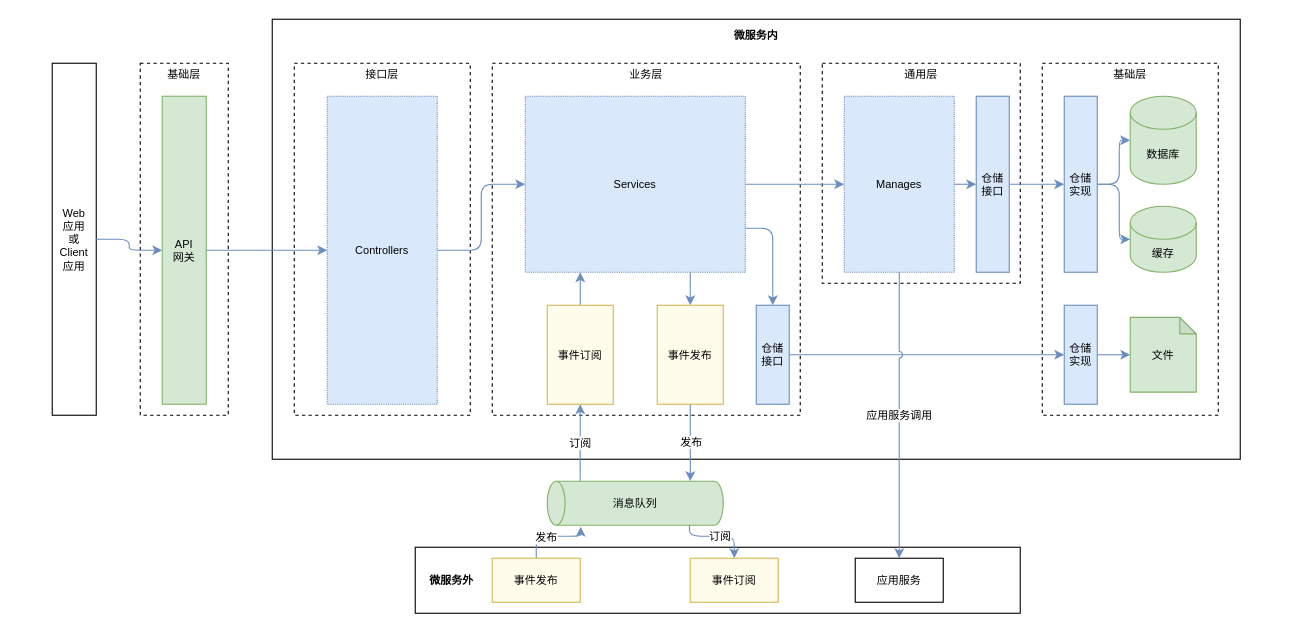
Before: leyan/policy/Policy系统分层设计图2.drawio in GeekKwok/UML, a draw.io diagram. Source tidied: cells renumbered, new cells numbered last; positions are measured from the earlier drawing's top-left corner, leaving out a move shared by most shapes. Both pictures are drawn from the tidied source at 110%, with x=0, y=0 at pixel (52, 19).
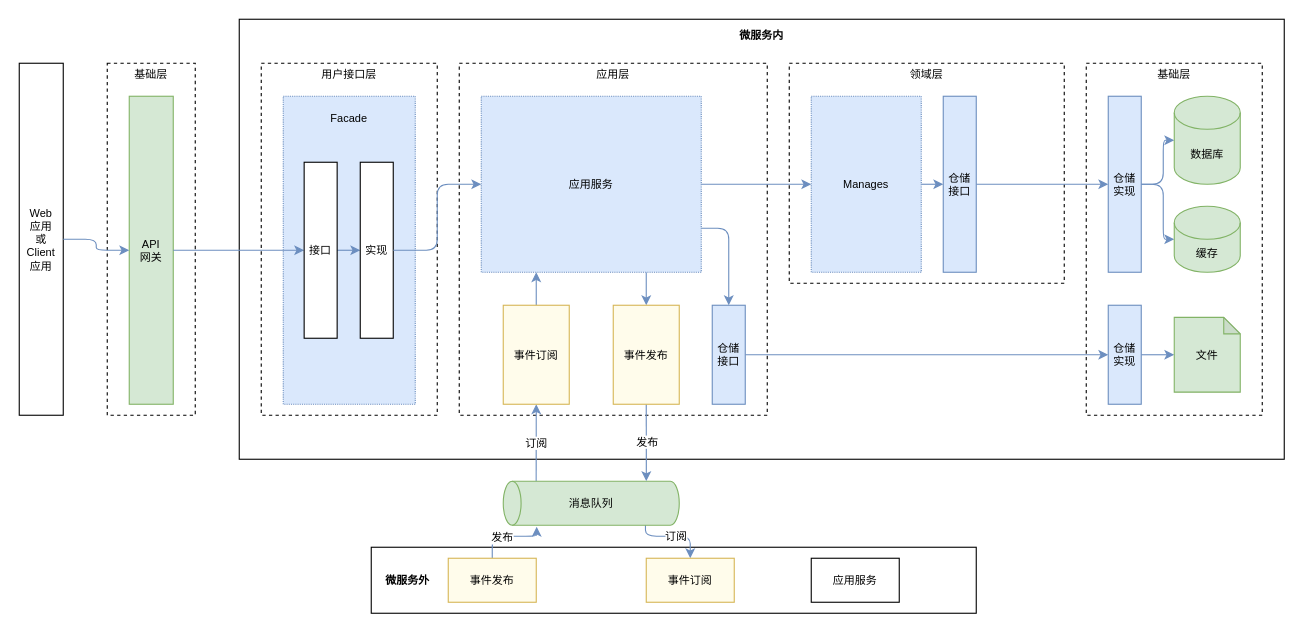
After the change.

Commit message (it also covers changes not shown here):
Update Policy系统分层设计图2.drawio

What changed in the source:
```diff
@@
     <mxCell id="2" value="Web&lt;br style=&quot;font-size: 10px;&quot;&gt;应用&lt;br style=&quot;font-size: 10px;&quot;&gt;或&lt;br style=&quot;font-size: 10px;&quot;&gt;Client&lt;br style=&quot;font-size: 10px;&quot;&gt;应用" style="rounded=0;whiteSpace=wrap;html=1;fontSize=10;sketch=0;" parent="1" vertex="1">
-      <mxGeometry y="40" width="40" height="320" as="geometry" />
+      <mxGeometry x="-30" y="40" width="40" height="320" as="geometry" />
     </mxCell>
     <mxCell id="3" value="基础层&lt;br style=&quot;font-size: 10px&quot;&gt;&lt;br style=&quot;font-size: 10px&quot;&gt;&lt;br style=&quot;font-size: 10px&quot;&gt;&lt;br style=&quot;font-size: 10px&quot;&gt;&lt;br style=&quot;font-size: 10px&quot;&gt;&lt;br&gt;&lt;br&gt;&lt;br&gt;&lt;br&gt;&lt;br&gt;&lt;br style=&quot;font-size: 10px&quot;&gt;&lt;br style=&quot;font-size: 10px&quot;&gt;&lt;br style=&quot;font-size: 10px&quot;&gt;&lt;br style=&quot;font-size: 10px&quot;&gt;&lt;br style=&quot;font-size: 10px&quot;&gt;&lt;br style=&quot;font-size: 10px&quot;&gt;&lt;br style=&quot;font-size: 10px&quot;&gt;&lt;br style=&quot;font-size: 10px&quot;&gt;&lt;br style=&quot;font-size: 10px&quot;&gt;&lt;br style=&quot;font-size: 10px&quot;&gt;&lt;br style=&quot;font-size: 10px&quot;&gt;&lt;br style=&quot;font-size: 10px&quot;&gt;&lt;br style=&quot;font-size: 10px&quot;&gt;&lt;br style=&quot;font-size: 10px&quot;&gt;&lt;br style=&quot;font-size: 10px&quot;&gt;&lt;br style=&quot;font-size: 10px&quot;&gt;" style="rounded=0;whiteSpace=wrap;html=1;fontSize=10;dashed=1;sketch=0;" parent="1" vertex="1">
-      <mxGeometry x="80" y="40" width="80" height="320" as="geometry" />
+      <mxGeometry x="50" y="40" width="80" height="320" as="geometry" />
     </mxCell>
     <mxCell id="4" value="&lt;b&gt;微服务内&lt;/b&gt;&lt;br&gt;&lt;br&gt;&lt;br&gt;&lt;br&gt;&lt;br&gt;&lt;br&gt;&lt;br&gt;&lt;br&gt;&lt;br&gt;&lt;br&gt;&lt;br&gt;&lt;br&gt;&lt;br&gt;&lt;br&gt;&lt;br&gt;&lt;br&gt;&lt;br&gt;&lt;br&gt;&lt;br&gt;&lt;br&gt;&lt;br&gt;&lt;br&gt;&lt;br&gt;&lt;br&gt;&lt;br&gt;&lt;br&gt;&lt;br&gt;&lt;br&gt;&lt;br&gt;&lt;br&gt;&lt;br&gt;&lt;br&gt;" style="rounded=0;whiteSpace=wrap;html=1;fontSize=10;sketch=0;shadow=0;" parent="1" vertex="1">
-      <mxGeometry x="200" width="880" height="400" as="geometry" />
+      <mxGeometry x="170" width="950" height="400" as="geometry" />
     </mxCell>
     <mxCell id="5" value="API&lt;br style=&quot;font-size: 10px;&quot;&gt;网关" style="rounded=0;whiteSpace=wrap;html=1;fontSize=10;fillColor=#d5e8d4;strokeColor=#82b366;" parent="1" vertex="1">
-      <mxGeometry x="100" y="70" width="40" height="280" as="geometry" />
+      <mxGeometry x="70" y="70" width="40" height="280" as="geometry" />
     </mxCell>
@@
-    <mxCell id="7" value="接口层&lt;br style=&quot;font-size: 10px&quot;&gt;&lt;br style=&quot;font-size: 10px&quot;&gt;&lt;br style=&quot;font-size: 10px&quot;&gt;&lt;br style=&quot;font-size: 10px&quot;&gt;&lt;br&gt;&lt;br&gt;&lt;br&gt;&lt;br&gt;&lt;br&gt;&lt;br style=&quot;font-size: 10px&quot;&gt;&lt;br style=&quot;font-size: 10px&quot;&gt;&lt;br style=&quot;font-size: 10px&quot;&gt;&lt;br style=&quot;font-size: 10px&quot;&gt;&lt;br style=&quot;font-size: 10px&quot;&gt;&lt;br style=&quot;font-size: 10px&quot;&gt;&lt;br style=&quot;font-size: 10px&quot;&gt;&lt;br style=&quot;font-size: 10px&quot;&gt;&lt;br style=&quot;font-size: 10px&quot;&gt;&lt;br style=&quot;font-size: 10px&quot;&gt;&lt;br style=&quot;font-size: 10px&quot;&gt;&lt;br style=&quot;font-size: 10px&quot;&gt;&lt;br style=&quot;font-size: 10px&quot;&gt;&lt;br style=&quot;font-size: 10px&quot;&gt;&lt;br style=&quot;font-size: 10px&quot;&gt;&lt;br style=&quot;font-size: 10px&quot;&gt;&lt;br style=&quot;font-size: 10px&quot;&gt;" style="rounded=0;whiteSpace=wrap;html=1;fontSize=10;dashed=1;" parent="1" vertex="1">
-      <mxGeometry x="220" y="40" width="160" height="320" as="geometry" />
+    <mxCell id="7" value="用户接口层&lt;br style=&quot;font-size: 10px&quot;&gt;&lt;br style=&quot;font-size: 10px&quot;&gt;&lt;br style=&quot;font-size: 10px&quot;&gt;&lt;br style=&quot;font-size: 10px&quot;&gt;&lt;br&gt;&lt;br&gt;&lt;br&gt;&lt;br&gt;&lt;br&gt;&lt;br style=&quot;font-size: 10px&quot;&gt;&lt;br style=&quot;font-size: 10px&quot;&gt;&lt;br style=&quot;font-size: 10px&quot;&gt;&lt;br style=&quot;font-size: 10px&quot;&gt;&lt;br style=&quot;font-size: 10px&quot;&gt;&lt;br style=&quot;font-size: 10px&quot;&gt;&lt;br style=&quot;font-size: 10px&quot;&gt;&lt;br style=&quot;font-size: 10px&quot;&gt;&lt;br style=&quot;font-size: 10px&quot;&gt;&lt;br style=&quot;font-size: 10px&quot;&gt;&lt;br style=&quot;font-size: 10px&quot;&gt;&lt;br style=&quot;font-size: 10px&quot;&gt;&lt;br style=&quot;font-size: 10px&quot;&gt;&lt;br style=&quot;font-size: 10px&quot;&gt;&lt;br&gt;&lt;br&gt;&lt;br style=&quot;font-size: 10px&quot;&gt;" style="rounded=0;whiteSpace=wrap;html=1;fontSize=10;dashed=1;" parent="1" vertex="1">
+      <mxGeometry x="190" y="40" width="160" height="320" as="geometry" />
     </mxCell>
-    <mxCell id="8" value="业务层&lt;br style=&quot;font-size: 10px&quot;&gt;&lt;br style=&quot;font-size: 10px&quot;&gt;&lt;br style=&quot;font-size: 10px&quot;&gt;&lt;br style=&quot;font-size: 10px&quot;&gt;&lt;br style=&quot;font-size: 10px&quot;&gt;&lt;br&gt;&lt;br&gt;&lt;br&gt;&lt;br&gt;&lt;br&gt;&lt;br&gt;&lt;br style=&quot;font-size: 10px&quot;&gt;&lt;br style=&quot;font-size: 10px&quot;&gt;&lt;br style=&quot;font-size: 10px&quot;&gt;&lt;br style=&quot;font-size: 10px&quot;&gt;&lt;br style=&quot;font-size: 10px&quot;&gt;&lt;br style=&quot;font-size: 10px&quot;&gt;&lt;br style=&quot;font-size: 10px&quot;&gt;&lt;br style=&quot;font-size: 10px&quot;&gt;&lt;br style=&quot;font-size: 10px&quot;&gt;&lt;br style=&quot;font-size: 10px&quot;&gt;&lt;br style=&quot;font-size: 10px&quot;&gt;&lt;br style=&quot;font-size: 10px&quot;&gt;&lt;br style=&quot;font-size: 10px&quot;&gt;&lt;br style=&quot;font-size: 10px&quot;&gt;&lt;br style=&quot;font-size: 10px&quot;&gt;" style="rounded=0;whiteSpace=wrap;html=1;fontSize=10;dashed=1;" parent="1" vertex="1">
-      <mxGeometry x="400" y="40" width="280" height="320" as="geometry" />
+    <mxCell id="8" value="应用层&lt;br style=&quot;font-size: 10px&quot;&gt;&lt;br&gt;&lt;br style=&quot;font-size: 10px&quot;&gt;&lt;br style=&quot;font-size: 10px&quot;&gt;&lt;br style=&quot;font-size: 10px&quot;&gt;&lt;br style=&quot;font-size: 10px&quot;&gt;&lt;br&gt;&lt;br&gt;&lt;br&gt;&lt;br&gt;&lt;br&gt;&lt;br&gt;&lt;br style=&quot;font-size: 10px&quot;&gt;&lt;br style=&quot;font-size: 10px&quot;&gt;&lt;br style=&quot;font-size: 10px&quot;&gt;&lt;br style=&quot;font-size: 10px&quot;&gt;&lt;br style=&quot;font-size: 10px&quot;&gt;&lt;br style=&quot;font-size: 10px&quot;&gt;&lt;br style=&quot;font-size: 10px&quot;&gt;&lt;br style=&quot;font-size: 10px&quot;&gt;&lt;br style=&quot;font-size: 10px&quot;&gt;&lt;br style=&quot;font-size: 10px&quot;&gt;&lt;br style=&quot;font-size: 10px&quot;&gt;&lt;br style=&quot;font-size: 10px&quot;&gt;&lt;br style=&quot;font-size: 10px&quot;&gt;&lt;br style=&quot;font-size: 10px&quot;&gt;" style="rounded=0;whiteSpace=wrap;html=1;fontSize=10;dashed=1;" parent="1" vertex="1">
+      <mxGeometry x="370" y="40" width="280" height="320" as="geometry" />
     </mxCell>
-    <mxCell id="9" value="通用层&lt;br&gt;&lt;br&gt;&lt;br&gt;&lt;br&gt;&lt;br&gt;&lt;br&gt;&lt;br&gt;&lt;br style=&quot;font-size: 10px&quot;&gt;&lt;br style=&quot;font-size: 10px&quot;&gt;&lt;br style=&quot;font-size: 10px&quot;&gt;&lt;br style=&quot;font-size: 10px&quot;&gt;&lt;br style=&quot;font-size: 10px&quot;&gt;&lt;br style=&quot;font-size: 10px&quot;&gt;&lt;br style=&quot;font-size: 10px&quot;&gt;&lt;br&gt;&lt;br&gt;" style="rounded=0;whiteSpace=wrap;html=1;fontSize=10;dashed=1;" parent="1" vertex="1">
-      <mxGeometry x="700" y="40" width="180" height="200" as="geometry" />
+    <mxCell id="9" value="领域层&lt;br&gt;&lt;br&gt;&lt;br&gt;&lt;br&gt;&lt;br&gt;&lt;br&gt;&lt;br&gt;&lt;br style=&quot;font-size: 10px&quot;&gt;&lt;br style=&quot;font-size: 10px&quot;&gt;&lt;br style=&quot;font-size: 10px&quot;&gt;&lt;br style=&quot;font-size: 10px&quot;&gt;&lt;br style=&quot;font-size: 10px&quot;&gt;&lt;br style=&quot;font-size: 10px&quot;&gt;&lt;br&gt;&lt;br&gt;&lt;br style=&quot;font-size: 10px&quot;&gt;" style="rounded=0;whiteSpace=wrap;html=1;fontSize=10;dashed=1;" parent="1" vertex="1">
+      <mxGeometry x="670" y="40" width="250" height="200" as="geometry" />
     </mxCell>
     <mxCell id="10" value="基础层&lt;br style=&quot;font-size: 10px&quot;&gt;&lt;br style=&quot;font-size: 10px&quot;&gt;&lt;br style=&quot;font-size: 10px&quot;&gt;&lt;br&gt;&lt;br&gt;&lt;br style=&quot;font-size: 10px&quot;&gt;&lt;br style=&quot;font-size: 10px&quot;&gt;&lt;br&gt;&lt;br&gt;&lt;br&gt;&lt;br&gt;&lt;br&gt;&lt;br&gt;&lt;br style=&quot;font-size: 10px&quot;&gt;&lt;br style=&quot;font-size: 10px&quot;&gt;&lt;br style=&quot;font-size: 10px&quot;&gt;&lt;br style=&quot;font-size: 10px&quot;&gt;&lt;br style=&quot;font-size: 10px&quot;&gt;&lt;br style=&quot;font-size: 10px&quot;&gt;&lt;br style=&quot;font-size: 10px&quot;&gt;&lt;br style=&quot;font-size: 10px&quot;&gt;&lt;br style=&quot;font-size: 10px&quot;&gt;&lt;br style=&quot;font-size: 10px&quot;&gt;&lt;br style=&quot;font-size: 10px&quot;&gt;&lt;br style=&quot;font-size: 10px&quot;&gt;&lt;br style=&quot;font-size: 10px&quot;&gt;" style="rounded=0;whiteSpace=wrap;html=1;fontSize=10;dashed=1;" parent="1" vertex="1">
-      <mxGeometry x="900" y="40" width="160" height="320" as="geometry" />
+      <mxGeometry x="940" y="40" width="160" height="320" as="geometry" />
     </mxCell>
-    <mxCell id="11" style="edgeStyle=orthogonalEdgeStyle;rounded=1;jettySize=auto;html=1;exitX=1;exitY=0.5;exitDx=0;exitDy=0;fontSize=10;fillColor=#dae8fc;strokeColor=#6c8ebf;" parent="1" edge="1" source="12" target="17">
-      <mxGeometry relative="1" as="geometry" />
-    </mxCell>
-    <mxCell id="12" value="Controllers" style="rounded=0;whiteSpace=wrap;html=1;fontSize=10;dashed=1;dashPattern=1 1;fillColor=#dae8fc;strokeColor=#6c8ebf;" parent="1" vertex="1">
-      <mxGeometry x="250" y="70" width="100" height="280" as="geometry" />
+    <mxCell id="12" value="Facade&lt;br&gt;&lt;br&gt;&lt;br&gt;&lt;br&gt;&lt;br&gt;&lt;br&gt;&lt;br&gt;&lt;br&gt;&lt;br&gt;&lt;br&gt;&lt;br&gt;&lt;br&gt;&lt;br&gt;&lt;br&gt;&lt;br&gt;&lt;br&gt;&lt;br&gt;&lt;br&gt;&lt;br&gt;&lt;br&gt;&lt;br&gt;" style="rounded=0;whiteSpace=wrap;html=1;fontSize=10;dashed=1;dashPattern=1 1;fillColor=#dae8fc;strokeColor=#6c8ebf;" parent="1" vertex="1">
+      <mxGeometry x="210" y="70" width="120" height="280" as="geometry" />
     </mxCell>
-    <mxCell id="13" style="edgeStyle=orthogonalEdgeStyle;rounded=1;jettySize=auto;html=1;exitX=1;exitY=0.5;exitDx=0;exitDy=0;fontSize=10;fillColor=#dae8fc;strokeColor=#6c8ebf;" parent="1" edge="1" source="5" target="12">
+    <mxCell id="13" style="edgeStyle=orthogonalEdgeStyle;rounded=1;jettySize=auto;html=1;exitX=1;exitY=0.5;exitDx=0;exitDy=0;fontSize=10;fillColor=#dae8fc;strokeColor=#6c8ebf;entryX=0;entryY=0.5;entryDx=0;entryDy=0;" parent="1" edge="1" source="5" target="51">
       <mxGeometry relative="1" as="geometry" />
     </mxCell>
@@
     <mxCell id="16" style="edgeStyle=orthogonalEdgeStyle;rounded=1;jettySize=auto;html=1;exitX=0.75;exitY=1;exitDx=0;exitDy=0;entryX=0.5;entryY=0;entryDx=0;entryDy=0;fontSize=10;startArrow=none;startFill=0;fillColor=#dae8fc;strokeColor=#6c8ebf;" parent="1" edge="1" source="17" target="42">
       <mxGeometry relative="1" as="geometry">
         <Array as="points">
-          <mxPoint x="580" y="230" />
-          <mxPoint x="580" y="230" />
+          <mxPoint x="540" y="230" />
+          <mxPoint x="540" y="230" />
         </Array>
       </mxGeometry>
     </mxCell>
-    <mxCell id="17" value="Services" style="rounded=0;whiteSpace=wrap;html=1;fontSize=10;fillColor=#dae8fc;strokeColor=#6c8ebf;dashed=1;dashPattern=1 1;" parent="1" vertex="1">
-      <mxGeometry x="430" y="70" width="200" height="160" as="geometry" />
+    <mxCell id="17" value="应用服务" style="rounded=0;whiteSpace=wrap;html=1;fontSize=10;fillColor=#dae8fc;strokeColor=#6c8ebf;dashed=1;dashPattern=1 1;" parent="1" vertex="1">
+      <mxGeometry x="390" y="70" width="200" height="160" as="geometry" />
     </mxCell>
@@
     <mxCell id="19" value="仓储接口" style="rounded=0;whiteSpace=wrap;html=1;fontSize=10;fillColor=#dae8fc;strokeColor=#6c8ebf;" parent="1" vertex="1">
-      <mxGeometry x="640" y="260" width="30" height="90" as="geometry" />
+      <mxGeometry x="600" y="260" width="30" height="90" as="geometry" />
     </mxCell>
@@
     <mxCell id="21" value="Manages" style="rounded=0;whiteSpace=wrap;html=1;fontSize=10;fillColor=#dae8fc;strokeColor=#6c8ebf;dashed=1;dashPattern=1 1;" parent="1" vertex="1">
-      <mxGeometry x="720" y="70" width="100" height="160" as="geometry" />
+      <mxGeometry x="690" y="70" width="100" height="160" as="geometry" />
     </mxCell>
@@
     <mxCell id="23" value="仓储接口" style="rounded=0;whiteSpace=wrap;html=1;fontSize=10;fillColor=#dae8fc;strokeColor=#6c8ebf;" parent="1" vertex="1">
-      <mxGeometry x="840" y="70" width="30" height="160" as="geometry" />
+      <mxGeometry x="810" y="70" width="30" height="160" as="geometry" />
     </mxCell>
@@
     <mxCell id="26" value="仓储实现" style="rounded=0;whiteSpace=wrap;html=1;fontSize=10;fillColor=#dae8fc;strokeColor=#6c8ebf;" parent="1" vertex="1">
-      <mxGeometry x="920" y="70" width="30" height="160" as="geometry" />
+      <mxGeometry x="960" y="70" width="30" height="160" as="geometry" />
     </mxCell>
@@
     <mxCell id="28" value="仓储实现" style="rounded=0;whiteSpace=wrap;html=1;fontSize=10;fillColor=#dae8fc;strokeColor=#6c8ebf;" parent="1" vertex="1">
-      <mxGeometry x="920" y="260" width="30" height="90" as="geometry" />
+      <mxGeometry x="960" y="260" width="30" height="90" as="geometry" />
     </mxCell>
     <mxCell id="29" value="数据库" style="shape=cylinder3;whiteSpace=wrap;html=1;boundedLbl=1;backgroundOutline=1;size=15;fontSize=10;fillColor=#d5e8d4;strokeColor=#82b366;" parent="1" vertex="1">
-      <mxGeometry x="980" y="70" width="60" height="80" as="geometry" />
+      <mxGeometry x="1020" y="70" width="60" height="80" as="geometry" />
     </mxCell>
     <mxCell id="30" value="缓存" style="shape=cylinder3;whiteSpace=wrap;html=1;boundedLbl=1;backgroundOutline=1;size=15;fontSize=10;fillColor=#d5e8d4;strokeColor=#82b366;" parent="1" vertex="1">
-      <mxGeometry x="980" y="170" width="60" height="60" as="geometry" />
+      <mxGeometry x="1020" y="170" width="60" height="60" as="geometry" />
     </mxCell>
     <mxCell id="31" value="文件" style="shape=note;whiteSpace=wrap;html=1;backgroundOutline=1;darkOpacity=0.05;fontSize=10;size=15;fillColor=#d5e8d4;strokeColor=#82b366;" parent="1" vertex="1">
-      <mxGeometry x="980" y="271" width="60" height="68" as="geometry" />
+      <mxGeometry x="1020" y="271" width="60" height="68" as="geometry" />
     </mxCell>
     <mxCell id="32" value="&lt;b&gt;微服务外&lt;/b&gt;&amp;nbsp; &amp;nbsp; &amp;nbsp; &amp;nbsp; &amp;nbsp; &amp;nbsp; &amp;nbsp; &amp;nbsp; &amp;nbsp; &amp;nbsp; &amp;nbsp; &amp;nbsp; &amp;nbsp; &amp;nbsp; &amp;nbsp; &amp;nbsp; &amp;nbsp; &amp;nbsp; &amp;nbsp; &amp;nbsp; &amp;nbsp; &amp;nbsp; &amp;nbsp; &amp;nbsp; &amp;nbsp; &amp;nbsp; &amp;nbsp; &amp;nbsp; &amp;nbsp; &amp;nbsp; &amp;nbsp; &amp;nbsp; &amp;nbsp; &amp;nbsp; &amp;nbsp; &amp;nbsp; &amp;nbsp; &amp;nbsp; &amp;nbsp; &amp;nbsp; &amp;nbsp; &amp;nbsp; &amp;nbsp; &amp;nbsp; &amp;nbsp; &amp;nbsp; &amp;nbsp; &amp;nbsp; &amp;nbsp; &amp;nbsp; &amp;nbsp; &amp;nbsp; &amp;nbsp; &amp;nbsp; &amp;nbsp; &amp;nbsp; &amp;nbsp; &amp;nbsp; &amp;nbsp; &amp;nbsp; &amp;nbsp; &amp;nbsp; &amp;nbsp; &amp;nbsp; &amp;nbsp; &amp;nbsp; &amp;nbsp; &amp;nbsp; &amp;nbsp; &amp;nbsp; &amp;nbsp; &amp;nbsp; &amp;nbsp; &amp;nbsp; &amp;nbsp; &amp;nbsp; &amp;nbsp; &amp;nbsp; &amp;nbsp; &amp;nbsp; &amp;nbsp; &amp;nbsp; &amp;nbsp; &amp;nbsp; &amp;nbsp; &amp;nbsp; &amp;nbsp;&amp;nbsp;" style="rounded=0;whiteSpace=wrap;html=1;fontSize=10;sketch=0;" parent="1" vertex="1">
-      <mxGeometry x="330" y="480" width="550" height="60" as="geometry" />
+      <mxGeometry x="290" y="480" width="550" height="60" as="geometry" />
     </mxCell>
@@
     <mxCell id="35" style="edgeStyle=orthogonalEdgeStyle;rounded=1;jettySize=auto;html=1;exitX=0.019;exitY=0.808;exitDx=0;exitDy=0;exitPerimeter=0;fontSize=10;startArrow=none;startFill=0;fillColor=#dae8fc;strokeColor=#6c8ebf;" parent="1" edge="1" source="37" target="46">
       <mxGeometry relative="1" as="geometry">
         <Array as="points">
-          <mxPoint x="579" y="470" />
-          <mxPoint x="620" y="470" />
+          <mxPoint x="539" y="470" />
+          <mxPoint x="580" y="470" />
         </Array>
       </mxGeometry>
     </mxCell>
@@
     <mxCell id="37" style="shape=cylinder3;whiteSpace=wrap;html=1;boundedLbl=1;backgroundOutline=1;size=8.111111111111029;fontSize=10;rotation=-90;fillColor=#d5e8d4;strokeColor=#82b366;" parent="1" vertex="1">
-      <mxGeometry x="510" y="360" width="40" height="160" as="geometry" />
+      <mxGeometry x="470" y="360" width="40" height="160" as="geometry" />
     </mxCell>
     <mxCell id="38" style="rounded=1;jettySize=auto;html=1;exitX=0.5;exitY=0;exitDx=0;exitDy=0;entryX=0.25;entryY=1;entryDx=0;entryDy=0;fontSize=10;startArrow=none;startFill=0;elbow=vertical;edgeStyle=orthogonalEdgeStyle;fillColor=#dae8fc;strokeColor=#6c8ebf;" parent="1" edge="1" source="39" target="17">
       <mxGeometry relative="1" as="geometry">
         <Array as="points">
-          <mxPoint x="480" y="230" />
-          <mxPoint x="480" y="230" />
+          <mxPoint x="440" y="230" />
+          <mxPoint x="440" y="230" />
         </Array>
       </mxGeometry>
     </mxCell>
     <mxCell id="39" value="事件订阅" style="rounded=0;whiteSpace=wrap;html=1;fontSize=10;strokeColor=#d6b656;fillColor=#FFFCEB;" parent="1" vertex="1">
-      <mxGeometry x="450" y="260" width="60" height="90" as="geometry" />
+      <mxGeometry x="410" y="260" width="60" height="90" as="geometry" />
     </mxCell>
@@
     <mxCell id="42" value="事件发布" style="rounded=0;whiteSpace=wrap;html=1;fontSize=10;strokeColor=#d6b656;fillColor=#FFFCEB;" parent="1" vertex="1">
-      <mxGeometry x="550" y="260" width="60" height="90" as="geometry" />
+      <mxGeometry x="510" y="260" width="60" height="90" as="geometry" />
     </mxCell>
@@
     <mxCell id="45" value="事件发布" style="rounded=0;whiteSpace=wrap;html=1;fontSize=10;strokeColor=#d6b656;fillColor=#FFFCEB;" parent="1" vertex="1">
-      <mxGeometry x="400" y="490" width="80" height="40" as="geometry" />
+      <mxGeometry x="360" y="490" width="80" height="40" as="geometry" />
     </mxCell>
     <mxCell id="46" value="事件订阅" style="rounded=0;whiteSpace=wrap;html=1;fontSize=10;strokeColor=#d6b656;fillColor=#FFFCEB;" parent="1" vertex="1">
-      <mxGeometry x="580" y="490" width="80" height="40" as="geometry" />
+      <mxGeometry x="540" y="490" width="80" height="40" as="geometry" />
     </mxCell>
     <mxCell id="47" value="应用服务" style="rounded=0;whiteSpace=wrap;html=1;fontSize=10;sketch=0;" parent="1" vertex="1">
-      <mxGeometry x="730" y="490" width="80" height="40" as="geometry" />
+      <mxGeometry x="690" y="490" width="80" height="40" as="geometry" />
     </mxCell>
     <mxCell id="48" value="消息队列" style="text;html=1;strokeColor=none;fillColor=none;align=center;verticalAlign=middle;whiteSpace=wrap;rounded=0;fontSize=10;" parent="1" vertex="1">
-      <mxGeometry x="505" y="430" width="50" height="20" as="geometry" />
+      <mxGeometry x="465" y="430" width="50" height="20" as="geometry" />
     </mxCell>
-    <mxCell id="49" value="应用服务调用" style="edgeStyle=orthogonalEdgeStyle;rounded=1;jettySize=auto;html=1;exitX=0.5;exitY=1;exitDx=0;exitDy=0;fontSize=10;startArrow=none;startFill=0;jumpStyle=arc;fillColor=#dae8fc;strokeColor=#6c8ebf;" parent="1" edge="1" source="21" target="47">
-      <mxGeometry relative="1" as="geometry" />
-    </mxCell>
+    <mxCell id="50" style="edgeStyle=orthogonalEdgeStyle;rounded=0;jettySize=auto;html=1;exitX=1;exitY=0.5;exitDx=0;exitDy=0;entryX=0;entryY=0.5;entryDx=0;entryDy=0;fillColor=#dae8fc;strokeColor=#6c8ebf;" parent="1" edge="1" source="51" target="52">
+      <mxGeometry relative="1" as="geometry" />
+    </mxCell>
+    <mxCell id="51" value="接口" style="rounded=0;whiteSpace=wrap;html=1;fontSize=10;" parent="1" vertex="1">
+      <mxGeometry x="229" y="130" width="30" height="160" as="geometry" />
+    </mxCell>
+    <mxCell id="52" value="实现" style="rounded=0;whiteSpace=wrap;html=1;fontSize=10;" parent="1" vertex="1">
+      <mxGeometry x="280" y="130" width="30" height="160" as="geometry" />
+    </mxCell>
+    <mxCell id="11" style="edgeStyle=orthogonalEdgeStyle;rounded=1;jettySize=auto;html=1;exitX=1;exitY=0.5;exitDx=0;exitDy=0;fontSize=10;fillColor=#dae8fc;strokeColor=#6c8ebf;" parent="1" edge="1" source="52" target="17">
+      <mxGeometry relative="1" as="geometry" />
+    </mxCell>
```
